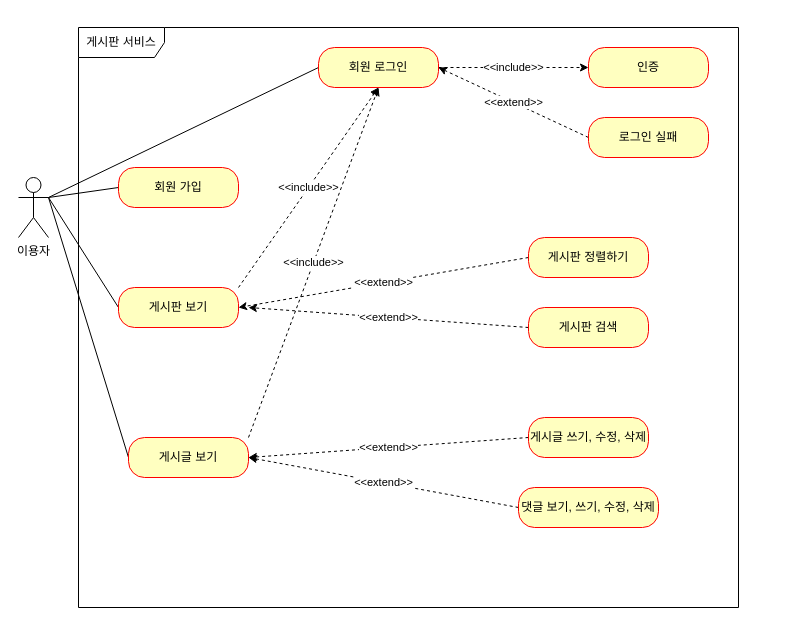
2h5i/fastcampus-project-board keeps this draw.io diagram as document/제목 없는 다이어그램.drawio. Above is the earlier version. Source tidied: cells renumbered, new cells numbered last; positions are measured from the earlier drawing's top-left corner, leaving out a move shared by most shapes. Both pictures are drawn from the tidied source at 100%, with x=0, y=0 at pixel (18, 27).
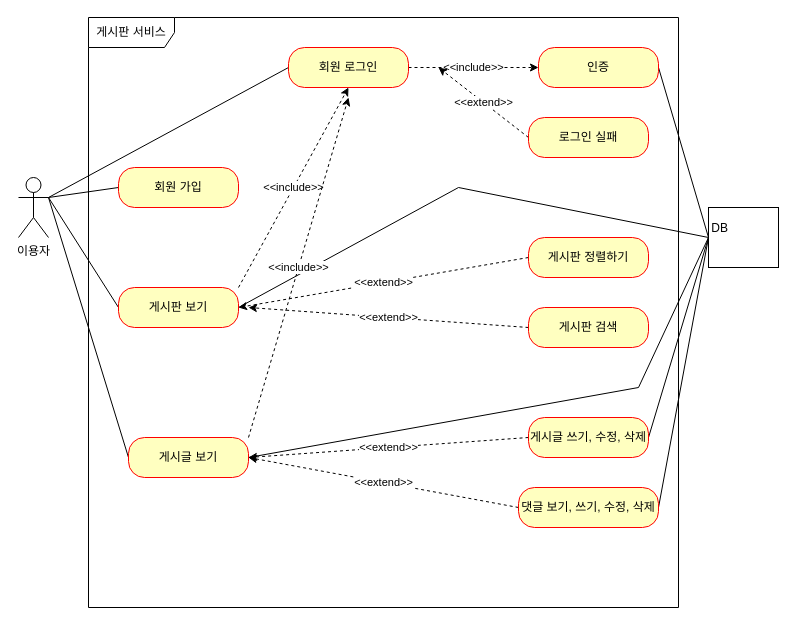
The same page after the edit.

Commit message:
제목 없는 다이어그램.drawio 업데이트

The change refers to these unchanged cells:
```xml
<mxCell id="8" value="게시판 보기" style="rounded=1;whiteSpace=wrap;html=1;arcSize=40;fontColor=#000000;fillColor=#ffffc0;strokeColor=#ff0000;" parent="1" vertex="1">
  <mxGeometry x="100" y="260" width="120" height="40" as="geometry" />
</mxCell>
<mxCell id="11" value="게시글 보기" style="rounded=1;whiteSpace=wrap;html=1;arcSize=40;fontColor=#000000;fillColor=#ffffc0;strokeColor=#ff0000;" parent="1" vertex="1">
  <mxGeometry x="110" y="410" width="120" height="40" as="geometry" />
</mxCell>
<mxCell id="23" value="게시글 쓰기, 수정, 삭제" style="rounded=1;whiteSpace=wrap;html=1;arcSize=40;fontColor=#000000;fillColor=#ffffc0;strokeColor=#ff0000;" parent="1" vertex="1">
  <mxGeometry x="510" y="390" width="120" height="40" as="geometry" />
</mxCell>
<mxCell id="25" value="댓글 보기, 쓰기, 수정, 삭제" style="rounded=1;whiteSpace=wrap;html=1;arcSize=40;fontColor=#000000;fillColor=#ffffc0;strokeColor=#ff0000;" parent="1" vertex="1">
  <mxGeometry x="500" y="460" width="140" height="40" as="geometry" />
</mxCell>
```

What changed in the source:
```diff
@@
     <mxCell id="3" value="게시판 서비스" style="shape=umlFrame;whiteSpace=wrap;html=1;width=86;height=30;" parent="1" vertex="1">
-      <mxGeometry x="60" width="660" height="580" as="geometry" />
+      <mxGeometry x="70" y="-10" width="590" height="590" as="geometry" />
     </mxCell>
@@
+    <mxCell id="26" style="edgeStyle=none;rounded=0;jettySize=auto;html=1;exitX=1;exitY=0.5;exitDx=0;exitDy=0;endArrow=none;endFill=0;" parent="1" edge="1" source="8">
+      <mxGeometry relative="1" as="geometry">
+        <mxPoint x="690" y="210" as="targetPoint" />
+        <Array as="points">
+          <mxPoint x="440" y="160" />
+        </Array>
+      </mxGeometry>
+    </mxCell>
@@
     <mxCell id="10" value="&amp;lt;&amp;lt;include&amp;gt;&amp;gt;" style="edgeStyle=none;rounded=0;jettySize=auto;html=1;exitX=1;exitY=0;exitDx=0;exitDy=0;dashed=1;endArrow=classic;endFill=1;" parent="1" edge="1" source="11">
       <mxGeometry relative="1" as="geometry">
-        <mxPoint x="360" y="60" as="targetPoint" />
+        <mxPoint x="330" y="70" as="targetPoint" />
       </mxGeometry>
     </mxCell>
+    <mxCell id="27" style="edgeStyle=none;rounded=0;jettySize=auto;html=1;exitX=1;exitY=0.5;exitDx=0;exitDy=0;entryX=0;entryY=0.5;entryDx=0;entryDy=0;endArrow=none;endFill=0;" parent="1" edge="1" source="11" target="31">
+      <mxGeometry relative="1" as="geometry">
+        <Array as="points">
+          <mxPoint x="620" y="360" />
+        </Array>
+      </mxGeometry>
+    </mxCell>
@@
     <mxCell id="14" value="회원 로그인" style="rounded=1;whiteSpace=wrap;html=1;arcSize=40;fontColor=#000000;fillColor=#ffffc0;strokeColor=#ff0000;" parent="1" vertex="1">
-      <mxGeometry x="300" y="20" width="120" height="40" as="geometry" />
+      <mxGeometry x="270" y="20" width="120" height="40" as="geometry" />
     </mxCell>
+    <mxCell id="28" style="rounded=0;jettySize=auto;html=1;exitX=1;exitY=0.5;exitDx=0;exitDy=0;entryX=0;entryY=0.5;entryDx=0;entryDy=0;endArrow=none;endFill=0;" parent="1" edge="1" source="15" target="31">
+      <mxGeometry relative="1" as="geometry" />
+    </mxCell>
     <mxCell id="15" value="인증" style="rounded=1;whiteSpace=wrap;html=1;arcSize=40;fontColor=#000000;fillColor=#ffffc0;strokeColor=#ff0000;" parent="1" vertex="1">
-      <mxGeometry x="570" y="20" width="120" height="40" as="geometry" />
+      <mxGeometry x="520" y="20" width="120" height="40" as="geometry" />
     </mxCell>
@@
     <mxCell id="17" value="로그인 실패" style="rounded=1;whiteSpace=wrap;html=1;arcSize=40;fontColor=#000000;fillColor=#ffffc0;strokeColor=#ff0000;" parent="1" vertex="1">
-      <mxGeometry x="570" y="90" width="120" height="40" as="geometry" />
+      <mxGeometry x="510" y="90" width="120" height="40" as="geometry" />
     </mxCell>
@@
+    <mxCell id="29" style="edgeStyle=none;rounded=0;jettySize=auto;html=1;exitX=1;exitY=0.5;exitDx=0;exitDy=0;endArrow=none;endFill=0;" parent="1" edge="1" source="23">
+      <mxGeometry relative="1" as="geometry">
+        <mxPoint x="690" y="210" as="targetPoint" />
+      </mxGeometry>
+    </mxCell>
@@
+    <mxCell id="30" style="edgeStyle=none;rounded=0;jettySize=auto;html=1;exitX=1;exitY=0.5;exitDx=0;exitDy=0;endArrow=none;endFill=0;entryX=1;entryY=0.5;entryDx=0;entryDy=0;" parent="1" edge="1" target="25">
+      <mxGeometry relative="1" as="geometry">
+        <mxPoint x="690" y="210" as="sourcePoint" />
+      </mxGeometry>
+    </mxCell>
@@
+    <mxCell id="31" value="&lt;b&gt;&lt;br&gt;&lt;/b&gt;&lt;span style=&quot;white-space: pre;&quot;&gt; &lt;/span&gt;DB" style="align=left;overflow=fill;html=1;" parent="1" vertex="1">
+      <mxGeometry x="690" y="180" width="70" height="60" as="geometry" />
+    </mxCell>
```
